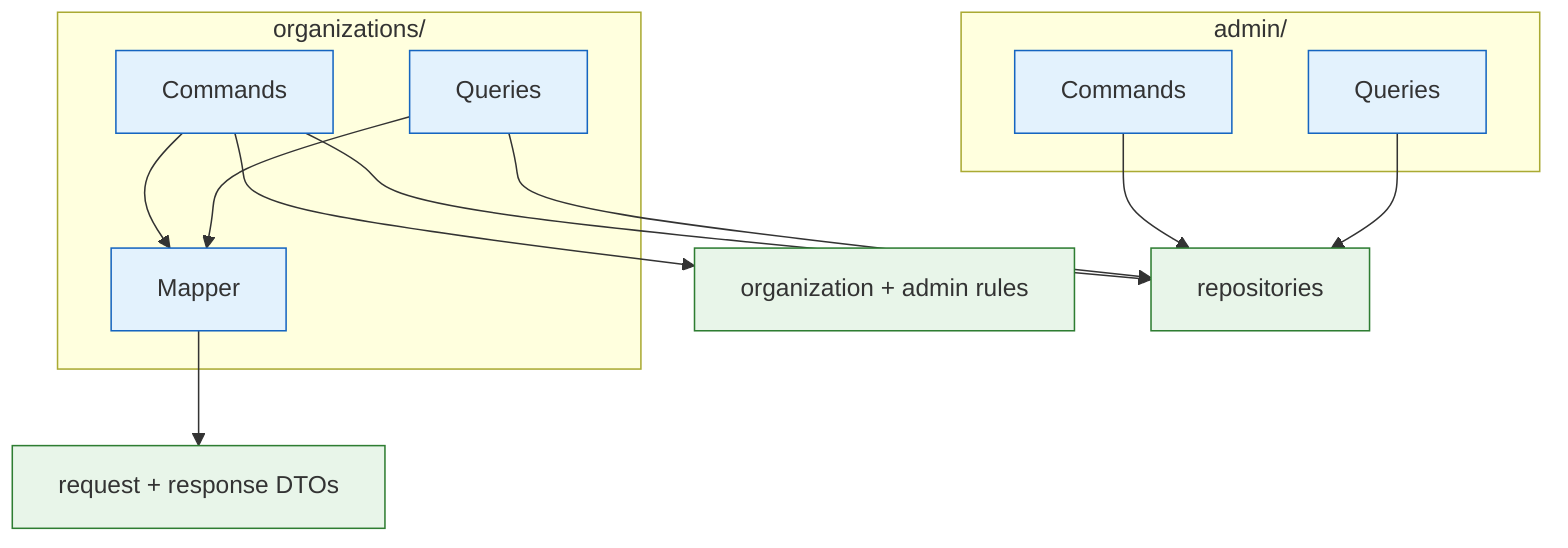
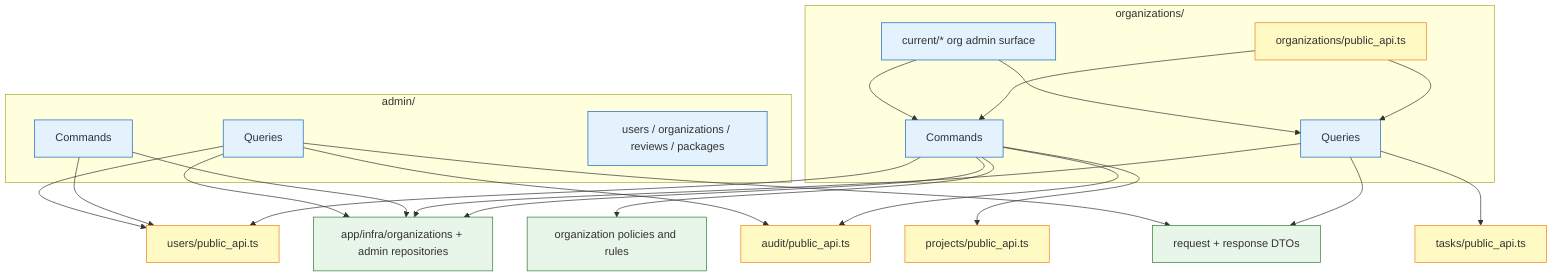
%% pkg_02b_application_org_admin: Organization & Admin Action Packages
- %% Scope: CQRS package split for org/admin surfaces.
+ %% Updated 2026-04-29.

graph TD
    subgraph organizations["organizations/"]
+         O_API["organizations/public_api.ts"]
        O_CMD["Commands"]
        O_QRY["Queries"]
-         O_MAP["Mapper"]
+         O_CURRENT["current/* org admin surface"]
    end

    subgraph admin["admin/"]
        A_CMD["Commands"]
        A_QRY["Queries"]
+         A_SURFACES["users / organizations / reviews / packages"]
    end

-     RULES["organization + admin rules"]
+     USER_API["users/public_api.ts"]
+     PROJECT_API["projects/public_api.ts"]
+     TASK_API["tasks/public_api.ts"]
+     AUDIT_API["audit/public_api.ts"]
+     INFRA["app/infra/organizations + admin repositories"]
+     DOMAIN["organization policies and rules"]
    DTOS["request + response DTOs"]
-     REPOS["repositories"]

-     O_CMD --> RULES
-     O_CMD --> REPOS
-     O_CMD --> O_MAP
-     O_QRY --> REPOS
-     O_QRY --> O_MAP
+     O_API --> O_CMD
+     O_API --> O_QRY
+     O_CMD --> DOMAIN
+     O_CMD --> INFRA
+     O_QRY --> INFRA
+     O_CURRENT --> O_CMD
+     O_CURRENT --> O_QRY
+     O_CMD --> USER_API
+     O_CMD --> PROJECT_API
+     O_QRY --> TASK_API
+     O_CMD --> AUDIT_API

-     A_CMD --> REPOS
-     A_QRY --> REPOS
+     A_CMD --> USER_API
+     A_QRY --> USER_API
+     A_QRY --> AUDIT_API
+     A_CMD --> INFRA
+     A_QRY --> INFRA

-     O_MAP --> DTOS
+     O_QRY --> DTOS
+     A_QRY --> DTOS

    classDef pkg fill:#E3F2FD,stroke:#1565C0,color:#333
+     classDef api fill:#FFF9C4,stroke:#F57F17,color:#333
    classDef aux fill:#E8F5E9,stroke:#2E7D32,color:#333
-     class O_CMD,O_QRY,O_MAP,A_CMD,A_QRY pkg
-     class RULES,DTOS,REPOS aux
+     class O_CMD,O_QRY,O_CURRENT,A_CMD,A_QRY,A_SURFACES pkg
+     class O_API,USER_API,PROJECT_API,TASK_API,AUDIT_API api
+     class INFRA,DOMAIN,DTOS aux
